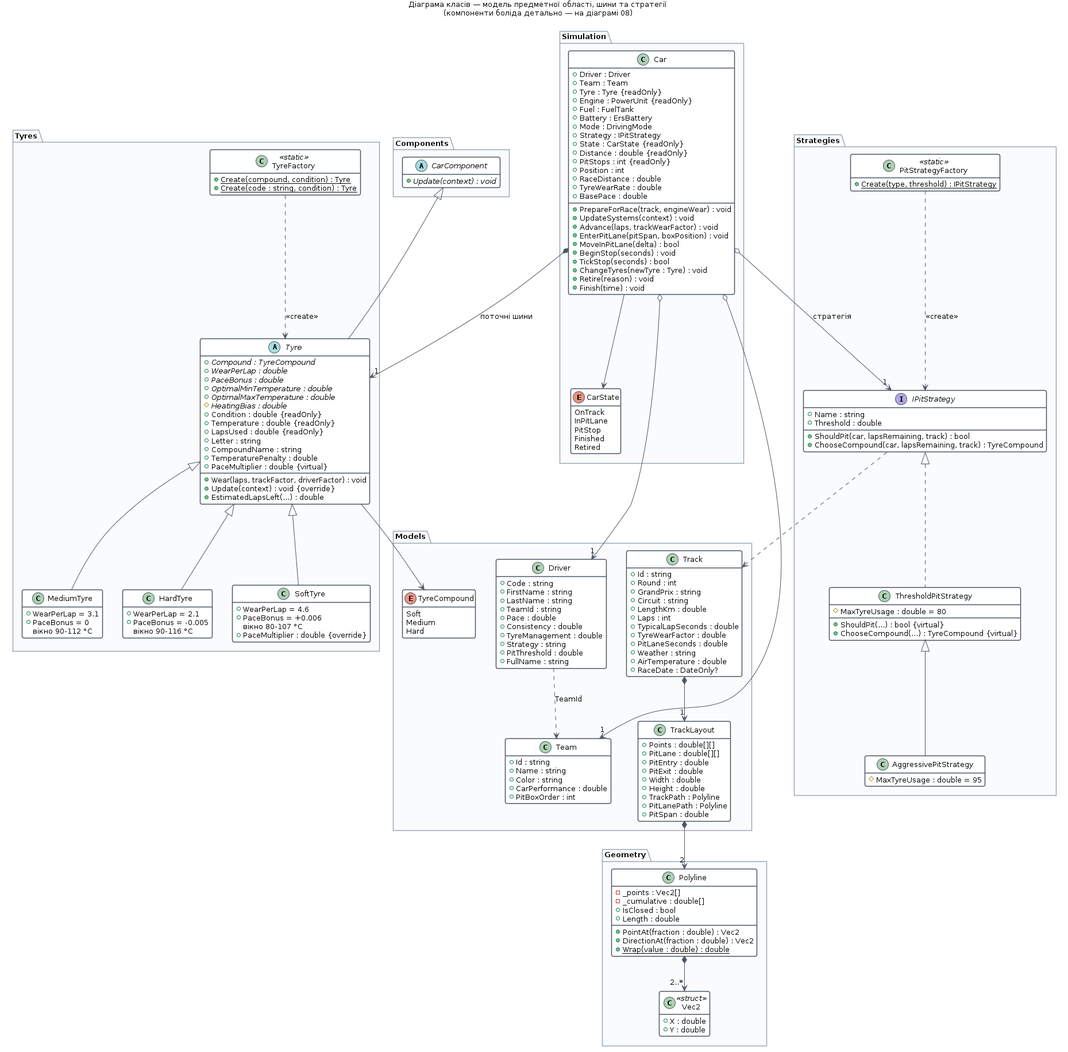
makson221/F1RaceSimulator keeps this PlantUML diagram as docs/uml/03-class-model.png. Above is the earlier version. Its source is kept beside it as docs/uml/03-class-model.puml.
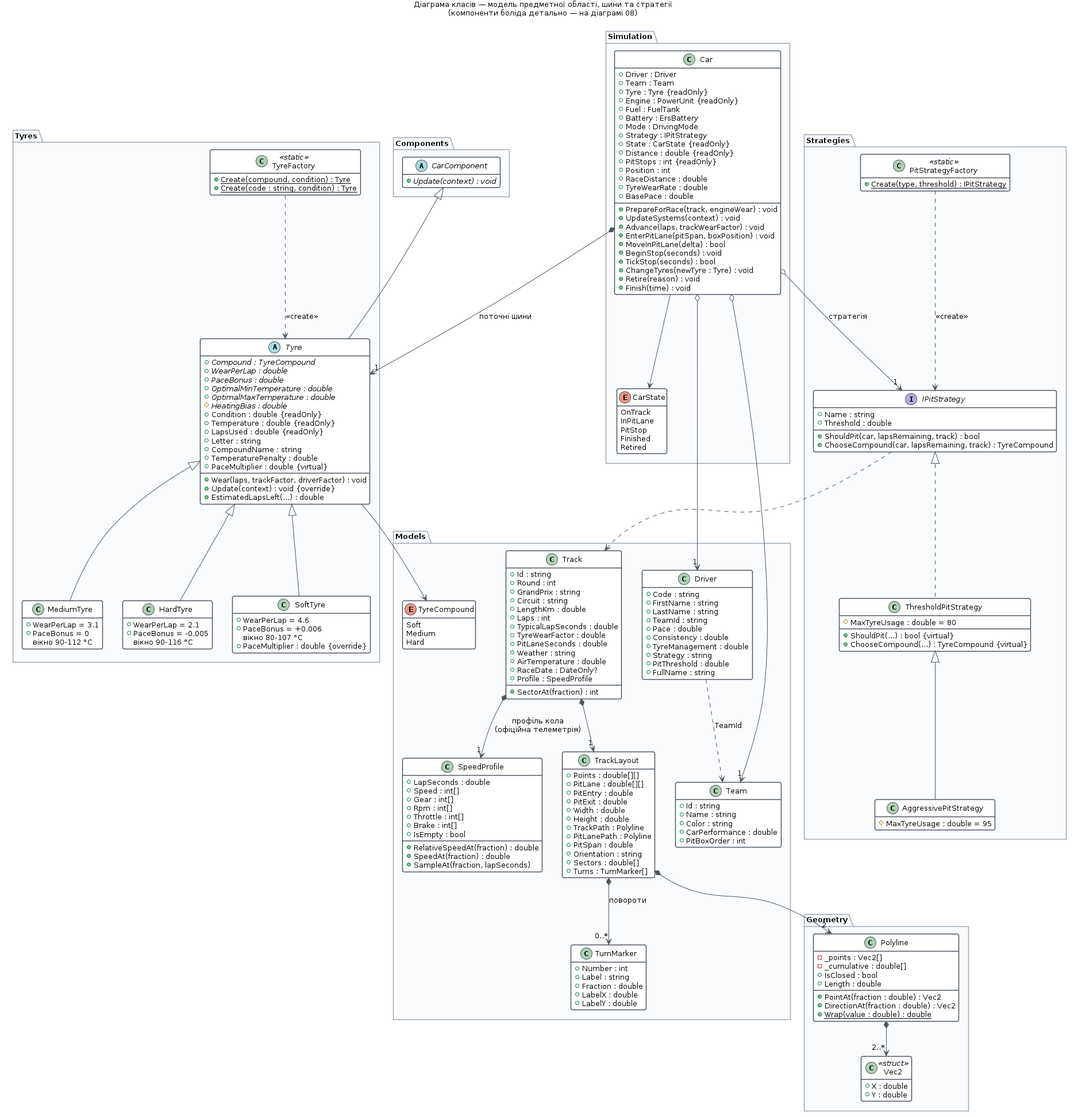
Above is the later version.

What changed in the source:
```diff
@@ -35,6 +35,27 @@
     +Weather : string
     +AirTemperature : double
     +RaceDate : DateOnly?
+    +Profile : SpeedProfile
+    +SectorAt(fraction) : int
+  }
+  class SpeedProfile {
+    +LapSeconds : double
+    +Speed : int[]
+    +Gear : int[]
+    +Rpm : int[]
+    +Throttle : int[]
+    +Brake : int[]
+    +IsEmpty : bool
+    +RelativeSpeedAt(fraction) : double
+    +SpeedAt(fraction) : double
+    +SampleAt(fraction, lapSeconds)
+  }
+  class TurnMarker {
+    +Number : int
+    +Label : string
+    +Fraction : double
+    +LabelX : double
+    +LabelY : double
   }
   class TrackLayout {
     +Points : double[][]
@@ -46,6 +67,9 @@
     +TrackPath : Polyline
     +PitLanePath : Polyline
     +PitSpan : double
+    +Orientation : string
+    +Sectors : double[]
+    +Turns : TurnMarker[]
   }
   enum TyreCompound {
     Soft
@@ -193,6 +217,8 @@
 Driver ..> Team : TeamId
 
 Track *--> "1" TrackLayout
+Track *--> "1" SpeedProfile : профіль кола\n(офіційна телеметрія)
+TrackLayout *--> "0..*" TurnMarker : повороти
 TrackLayout *--> "2" Polyline
 Polyline *--> "2..*" Vec2
 IPitStrategy ..> Track
```
